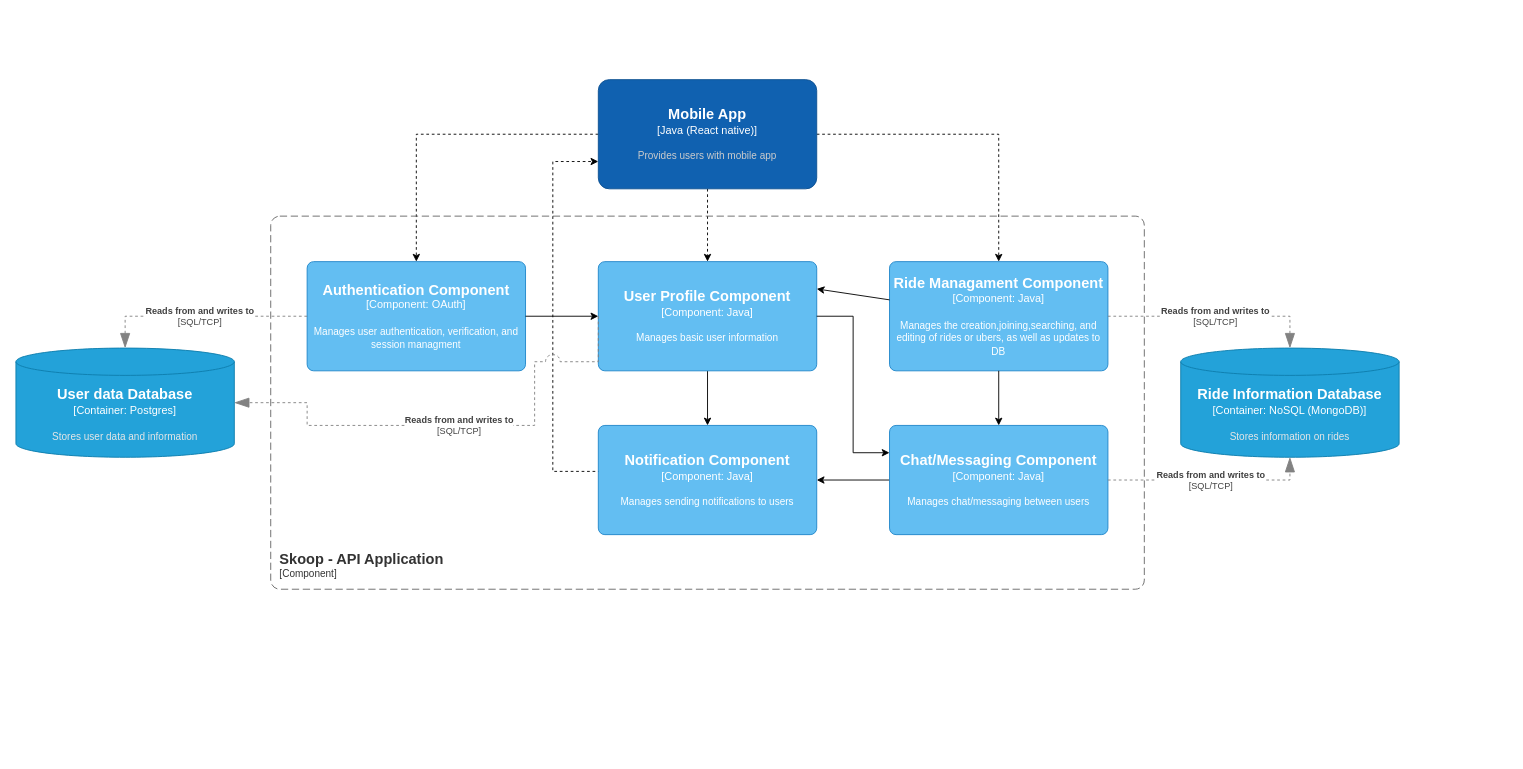
Earlier version of the draw.io diagram page "Component Diagram" (3 of 3) of com3810/diagrams/C4/skoop-system-c4-model.drawio (MichaelKupferstein/SchoolProjects). Source tidied: cells renumbered, new cells numbered last; positions are measured from the earlier drawing's top-left corner, leaving out a move shared by most shapes. Both pictures are drawn from the tidied source at 91%, with x=0, y=0 at pixel (15, 79).
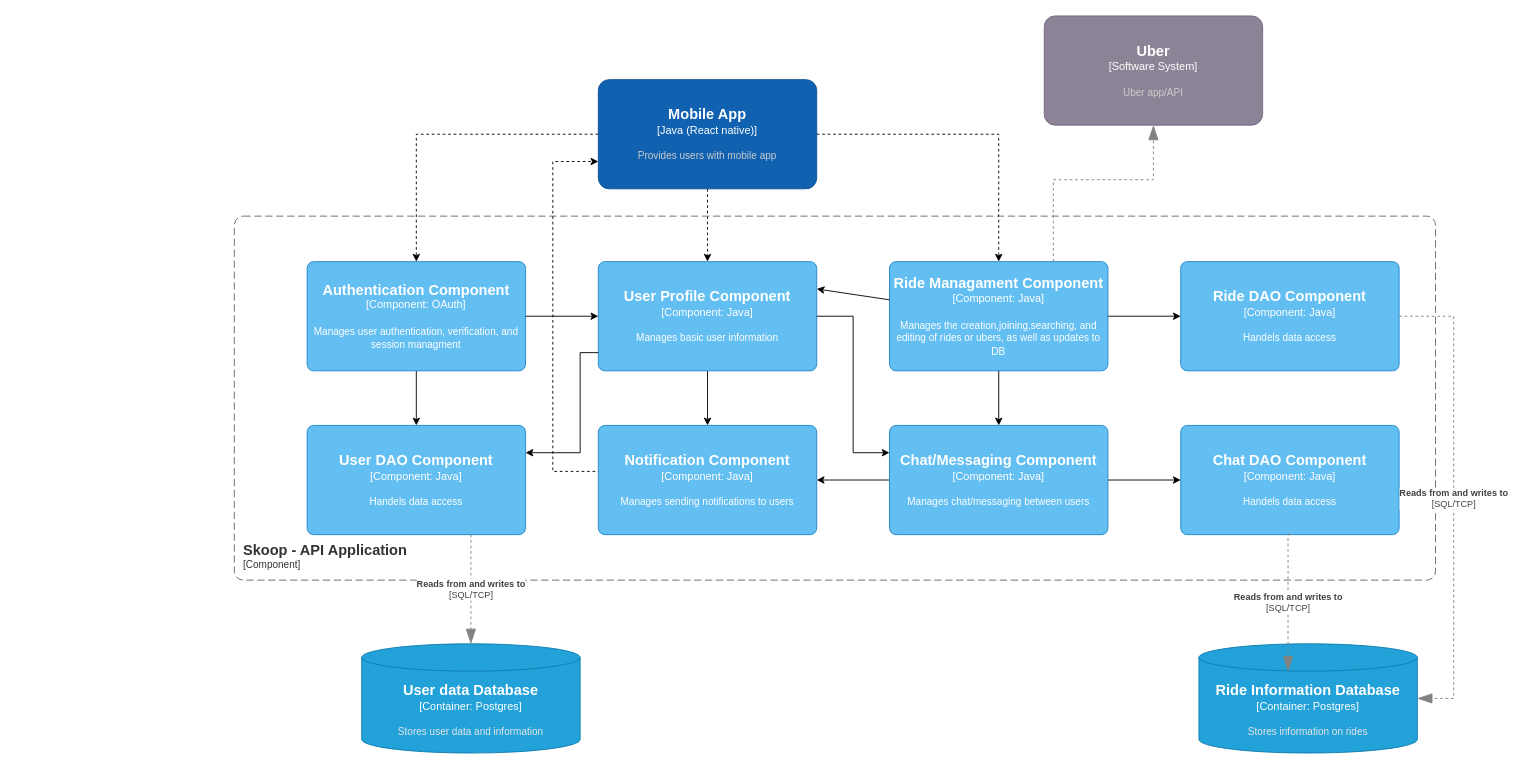
The same page after the edit.

Commit message (it also covers changes not shown here):
updated to remove mongodb reference

The change refers to these unchanged cells:
```xml
<object id="7" label="&lt;font style=&quot;font-size: 16px&quot;&gt;&lt;b&gt;%c4Name%&lt;/b&gt;&lt;/font&gt;&lt;div&gt;[%c4Type%: %c4Technology%]&lt;/div&gt;&lt;br&gt;&lt;div&gt;&lt;font style=&quot;font-size: 11px&quot;&gt;%c4Description%&lt;/font&gt;&lt;/div&gt;" c4Description="Manages user authentication, verification, and session managment" c4Name="Authentication Component" c4Technology="OAuth" c4Type="Component" placeholders="1">
  <mxCell style="rounded=1;whiteSpace=wrap;html=1;labelBackgroundColor=none;fillColor=#63BEF2;fontColor=#ffffff;align=center;arcSize=6;strokeColor=#2086C9;points=[[0.25,0,0],[0.5,0,0],[0.75,0,0],[1,0.25,0],[1,0.5,0],[1,0.75,0],[0.75,1,0],[0.5,1,0],[0.25,1,0],[0,0.75,0],[0,0.5,0],[0,0.25,0]];" parent="1" vertex="1">
    <mxGeometry x="320" y="200" width="240" height="120" as="geometry" />
  </mxCell>
</object>
<object id="9" label="&lt;font style=&quot;font-size: 16px&quot;&gt;&lt;b&gt;%c4Name%&lt;/b&gt;&lt;/font&gt;&lt;div&gt;[%c4Type%: %c4Technology%]&lt;/div&gt;&lt;br&gt;&lt;div&gt;&lt;font style=&quot;font-size: 11px&quot;&gt;%c4Description%&lt;/font&gt;&lt;/div&gt;" c4Description="Manages basic user information" c4Name="User Profile Component" c4Technology="Java" c4Type="Component" placeholders="1">
  <mxCell style="rounded=1;whiteSpace=wrap;html=1;labelBackgroundColor=none;fillColor=#63BEF2;fontColor=#ffffff;align=center;arcSize=6;strokeColor=#2086C9;points=[[0.25,0,0],[0.5,0,0],[0.75,0,0],[1,0.25,0],[1,0.5,0],[1,0.75,0],[0.75,1,0],[0.5,1,0],[0.25,1,0],[0,0.75,0],[0,0.5,0],[0,0.25,0]];" parent="1" vertex="1">
    <mxGeometry x="640" y="200" width="240" height="120" as="geometry" />
  </mxCell>
</object>
<object id="11" label="&lt;font style=&quot;font-size: 16px&quot;&gt;&lt;b&gt;%c4Name%&lt;/b&gt;&lt;/font&gt;&lt;div&gt;[%c4Type%: %c4Technology%]&lt;/div&gt;&lt;br&gt;&lt;div&gt;&lt;font style=&quot;font-size: 11px&quot;&gt;%c4Description%&lt;/font&gt;&lt;/div&gt;" c4Description="Manages the creation,joining,searching, and editing of rides or ubers, as well as updates to DB" c4Name="Ride Managament Component" c4Technology="Java" c4Type="Component" placeholders="1">
  <mxCell style="rounded=1;whiteSpace=wrap;html=1;labelBackgroundColor=none;fillColor=#63BEF2;fontColor=#ffffff;align=center;arcSize=6;strokeColor=#2086C9;points=[[0.25,0,0],[0.5,0,0],[0.75,0,0],[1,0.25,0],[1,0.5,0],[1,0.75,0],[0.75,1,0],[0.5,1,0],[0.25,1,0],[0,0.75,0],[0,0.5,0],[0,0.25,0]];" parent="1" vertex="1">
    <mxGeometry x="960" y="200" width="240" height="120" as="geometry" />
  </mxCell>
</object>
<object id="14" label="&lt;font style=&quot;font-size: 16px&quot;&gt;&lt;b&gt;%c4Name%&lt;/b&gt;&lt;/font&gt;&lt;div&gt;[%c4Type%: %c4Technology%]&lt;/div&gt;&lt;br&gt;&lt;div&gt;&lt;font style=&quot;font-size: 11px&quot;&gt;%c4Description%&lt;/font&gt;&lt;/div&gt;" c4Description="Manages chat/messaging between users" c4Name="Chat/Messaging Component" c4Technology="Java" c4Type="Component" placeholders="1">
  <mxCell style="rounded=1;whiteSpace=wrap;html=1;labelBackgroundColor=none;fillColor=#63BEF2;fontColor=#ffffff;align=center;arcSize=6;strokeColor=#2086C9;points=[[0.25,0,0],[0.5,0,0],[0.75,0,0],[1,0.25,0],[1,0.5,0],[1,0.75,0],[0.75,1,0],[0.5,1,0],[0.25,1,0],[0,0.75,0],[0,0.5,0],[0,0.25,0]];" parent="1" vertex="1">
    <mxGeometry x="960" y="380" width="240" height="120" as="geometry" />
  </mxCell>
</object>
```

Diff of the diagram source:
```diff
@@
     <object id="6" label="&lt;font style=&quot;font-size: 16px&quot;&gt;&lt;b&gt;&lt;div style=&quot;text-align: left&quot;&gt;%c4Name%&lt;/div&gt;&lt;/b&gt;&lt;/font&gt;&lt;div style=&quot;text-align: left&quot;&gt;[%c4Application%]&lt;/div&gt;" c4Application="Component" c4Name="Skoop - API Application" placeholders="1">
       <mxCell style="rounded=1;fontSize=11;whiteSpace=wrap;html=1;dashed=1;arcSize=20;fillColor=none;strokeColor=#666666;fontColor=#333333;labelBackgroundColor=none;align=left;verticalAlign=bottom;labelBorderColor=none;spacingTop=0;spacing=10;dashPattern=8 4;perimeter=rectanglePerimeter;noLabel=0;labelPadding=0;absoluteArcSize=1;" parent="1" vertex="1">
-        <mxGeometry x="280" y="150" width="960" height="410" as="geometry" />
+        <mxGeometry x="240" y="150" width="1320" height="400" as="geometry" />
       </mxCell>
     </object>
+    <mxCell id="25" style="edgeStyle=orthogonalEdgeStyle;rounded=0;jettySize=auto;html=1;" parent="1" edge="1" source="7" target="28">
+      <mxGeometry relative="1" as="geometry" />
+    </mxCell>
@@
     <object id="10" label="&lt;font style=&quot;font-size: 16px&quot;&gt;&lt;b&gt;%c4Name%&lt;/b&gt;&lt;/font&gt;&lt;div&gt;[%c4Type%:&amp;nbsp;%c4Technology%]&lt;/div&gt;&lt;br&gt;&lt;div&gt;&lt;font style=&quot;font-size: 11px&quot;&gt;&lt;font color=&quot;#E6E6E6&quot;&gt;%c4Description%&lt;/font&gt;&lt;/div&gt;" c4Description="Stores user data and information" c4Name="User data Database" c4Technology="Postgres" c4Type="Container" placeholders="1">
       <mxCell style="shape=cylinder3;size=15;whiteSpace=wrap;html=1;boundedLbl=1;rounded=0;labelBackgroundColor=none;fillColor=#23A2D9;fontSize=12;fontColor=#ffffff;align=center;strokeColor=#0E7DAD;points=[[0.5,0,0],[1,0.25,0],[1,0.5,0],[1,0.75,0],[0.5,1,0],[0,0.75,0],[0,0.5,0],[0,0.25,0]];" parent="1" vertex="1">
-        <mxGeometry y="295" width="240" height="120" as="geometry" />
+        <mxGeometry x="380" y="620" width="240" height="120" as="geometry" />
       </mxCell>
     </object>
+    <mxCell id="26" style="edgeStyle=orthogonalEdgeStyle;rounded=0;jettySize=auto;html=1;" parent="1" edge="1" source="11" target="31">
+      <mxGeometry relative="1" as="geometry" />
+    </mxCell>
@@
-    <object id="12" label="&lt;font style=&quot;font-size: 16px&quot;&gt;&lt;b&gt;%c4Name%&lt;/b&gt;&lt;/font&gt;&lt;div&gt;[%c4Type%:&amp;nbsp;%c4Technology%]&lt;/div&gt;&lt;br&gt;&lt;div&gt;&lt;font style=&quot;font-size: 11px&quot;&gt;&lt;font color=&quot;#E6E6E6&quot;&gt;%c4Description%&lt;/font&gt;&lt;/div&gt;" c4Description="Stores information on rides" c4Name="Ride Information Database" c4Technology="NoSQL (MongoDB)" c4Type="Container" placeholders="1">
+    <object id="12" label="&lt;font style=&quot;font-size: 16px&quot;&gt;&lt;b&gt;%c4Name%&lt;/b&gt;&lt;/font&gt;&lt;div&gt;[%c4Type%:&amp;nbsp;%c4Technology%]&lt;/div&gt;&lt;br&gt;&lt;div&gt;&lt;font style=&quot;font-size: 11px&quot;&gt;&lt;font color=&quot;#E6E6E6&quot;&gt;%c4Description%&lt;/font&gt;&lt;/div&gt;" c4Description="Stores information on rides" c4Name="Ride Information Database" c4Technology="Postgres" c4Type="Container" placeholders="1">
       <mxCell style="shape=cylinder3;size=15;whiteSpace=wrap;html=1;boundedLbl=1;rounded=0;labelBackgroundColor=none;fillColor=#23A2D9;fontSize=12;fontColor=#ffffff;align=center;strokeColor=#0E7DAD;points=[[0.5,0,0],[1,0.25,0],[1,0.5,0],[1,0.75,0],[0.5,1,0],[0,0.75,0],[0,0.5,0],[0,0.25,0]];" parent="1" vertex="1">
-        <mxGeometry x="1280" y="295" width="240" height="120" as="geometry" />
+        <mxGeometry x="1300" y="620" width="240" height="120" as="geometry" />
       </mxCell>
     </object>
@@
+    <mxCell id="27" style="edgeStyle=orthogonalEdgeStyle;rounded=0;jettySize=auto;html=1;" parent="1" edge="1" source="14" target="32">
+      <mxGeometry relative="1" as="geometry" />
+    </mxCell>
@@
-    <object id="17" label="&lt;div style=&quot;text-align: left&quot;&gt;&lt;div style=&quot;text-align: center&quot;&gt;&lt;b&gt;%c4Description%&lt;/b&gt;&lt;/div&gt;&lt;div style=&quot;text-align: center&quot;&gt;[%c4Technology%]&lt;/div&gt;&lt;/div&gt;" c4Description="Reads from and writes to" c4Technology="SQL/TCP" placeholders="1">
-      <mxCell style="endArrow=blockThin;html=1;fontSize=10;fontColor=#404040;strokeWidth=1;endFill=1;strokeColor=#828282;elbow=vertical;endSize=14;startSize=14;jumpStyle=arc;jumpSize=16;rounded=0;edgeStyle=orthogonalEdgeStyle;dashed=1;exitX=1;exitY=0.5;exitDx=0;exitDy=0;exitPerimeter=0;entryX=0.5;entryY=1;entryDx=0;entryDy=0;entryPerimeter=0;" parent="1" edge="1" source="14" target="12">
-        <mxGeometry relative="1" as="geometry" />
-      </mxCell>
-    </object>
-    <object id="18" label="&lt;div style=&quot;text-align: left&quot;&gt;&lt;div style=&quot;text-align: center&quot;&gt;&lt;b&gt;%c4Description%&lt;/b&gt;&lt;/div&gt;&lt;div style=&quot;text-align: center&quot;&gt;[%c4Technology%]&lt;/div&gt;&lt;/div&gt;" c4Description="Reads from and writes to" c4Technology="SQL/TCP" placeholders="1">
-      <mxCell style="endArrow=blockThin;html=1;fontSize=10;fontColor=#404040;strokeWidth=1;endFill=1;strokeColor=#828282;elbow=vertical;endSize=14;startSize=14;jumpStyle=arc;jumpSize=16;rounded=0;edgeStyle=orthogonalEdgeStyle;dashed=1;exitX=1;exitY=0.5;exitDx=0;exitDy=0;exitPerimeter=0;entryX=0.5;entryY=0;entryDx=0;entryDy=0;entryPerimeter=0;" parent="1" edge="1" source="11" target="12">
-        <mxGeometry relative="1" as="geometry" />
-      </mxCell>
-    </object>
-    <object id="19" label="&lt;div style=&quot;text-align: left&quot;&gt;&lt;div style=&quot;text-align: center&quot;&gt;&lt;b&gt;%c4Description%&lt;/b&gt;&lt;/div&gt;&lt;div style=&quot;text-align: center&quot;&gt;[%c4Technology%]&lt;/div&gt;&lt;/div&gt;" c4Description="Reads from and writes to" c4Technology="SQL/TCP" placeholders="1">
-      <mxCell style="endArrow=blockThin;html=1;fontSize=10;fontColor=#404040;strokeWidth=1;endFill=1;strokeColor=#828282;elbow=vertical;endSize=14;startSize=14;jumpStyle=arc;jumpSize=16;rounded=0;edgeStyle=orthogonalEdgeStyle;dashed=1;exitX=0;exitY=0.5;exitDx=0;exitDy=0;exitPerimeter=0;entryX=0.5;entryY=0;entryDx=0;entryDy=0;entryPerimeter=0;" parent="1" edge="1" source="7" target="10">
-        <mxGeometry relative="1" as="geometry" />
-      </mxCell>
-    </object>
-    <object id="20" label="&lt;div style=&quot;text-align: left&quot;&gt;&lt;div style=&quot;text-align: center&quot;&gt;&lt;b&gt;%c4Description%&lt;/b&gt;&lt;/div&gt;&lt;div style=&quot;text-align: center&quot;&gt;[%c4Technology%]&lt;/div&gt;&lt;/div&gt;" c4Description="Reads from and writes to" c4Technology="SQL/TCP" placeholders="1">
-      <mxCell style="endArrow=blockThin;html=1;fontSize=10;fontColor=#404040;strokeWidth=1;endFill=1;strokeColor=#828282;elbow=vertical;endSize=14;startSize=14;jumpStyle=arc;jumpSize=16;rounded=0;edgeStyle=orthogonalEdgeStyle;dashed=1;exitX=0;exitY=0.5;exitDx=0;exitDy=0;exitPerimeter=0;entryX=1;entryY=0.5;entryDx=0;entryDy=0;entryPerimeter=0;" parent="1" edge="1" source="9" target="10">
-        <mxGeometry relative="1" as="geometry">
-          <Array as="points">
-            <mxPoint x="640" y="310" />
-            <mxPoint x="570" y="310" />
-            <mxPoint x="570" y="380" />
-            <mxPoint x="320" y="380" />
-            <mxPoint x="320" y="355" />
-          </Array>
-        </mxGeometry>
-      </mxCell>
-    </object>
@@
+    <object id="28" label="&lt;font style=&quot;font-size: 16px&quot;&gt;&lt;b&gt;%c4Name%&lt;/b&gt;&lt;/font&gt;&lt;div&gt;[%c4Type%: %c4Technology%]&lt;/div&gt;&lt;br&gt;&lt;div&gt;&lt;font style=&quot;font-size: 11px&quot;&gt;%c4Description%&lt;/font&gt;&lt;/div&gt;" c4Description="Handels data access" c4Name="User DAO Component" c4Technology="Java" c4Type="Component" placeholders="1">
+      <mxCell style="rounded=1;whiteSpace=wrap;html=1;labelBackgroundColor=none;fillColor=#63BEF2;fontColor=#ffffff;align=center;arcSize=6;strokeColor=#2086C9;points=[[0.25,0,0],[0.5,0,0],[0.75,0,0],[1,0.25,0],[1,0.5,0],[1,0.75,0],[0.75,1,0],[0.5,1,0],[0.25,1,0],[0,0.75,0],[0,0.5,0],[0,0.25,0]];" parent="1" vertex="1">
+        <mxGeometry x="320" y="380" width="240" height="120" as="geometry" />
+      </mxCell>
+    </object>
+    <mxCell id="29" style="edgeStyle=orthogonalEdgeStyle;rounded=0;jettySize=auto;html=1;entryX=1;entryY=0.25;entryDx=0;entryDy=0;entryPerimeter=0;" parent="1" edge="1" source="9" target="28">
+      <mxGeometry relative="1" as="geometry">
+        <Array as="points">
+          <mxPoint x="620" y="300" />
+          <mxPoint x="620" y="410" />
+        </Array>
+      </mxGeometry>
+    </mxCell>
+    <object id="30" label="&lt;div style=&quot;text-align: left&quot;&gt;&lt;div style=&quot;text-align: center&quot;&gt;&lt;b&gt;%c4Description%&lt;/b&gt;&lt;/div&gt;&lt;div style=&quot;text-align: center&quot;&gt;[%c4Technology%]&lt;/div&gt;&lt;/div&gt;" c4Description="Reads from and writes to" c4Technology="SQL/TCP" placeholders="1">
+      <mxCell style="endArrow=blockThin;html=1;fontSize=10;fontColor=#404040;strokeWidth=1;endFill=1;strokeColor=#828282;elbow=vertical;endSize=14;startSize=14;jumpStyle=arc;jumpSize=16;rounded=0;edgeStyle=orthogonalEdgeStyle;dashed=1;exitX=0.75;exitY=1;exitDx=0;exitDy=0;exitPerimeter=0;entryX=0.5;entryY=0;entryDx=0;entryDy=0;entryPerimeter=0;" parent="1" edge="1" source="28" target="10">
+        <mxGeometry relative="1" as="geometry">
+          <Array as="points">
+            <mxPoint x="500" y="540" />
+            <mxPoint x="500" y="540" />
+          </Array>
+        </mxGeometry>
+      </mxCell>
+    </object>
+    <object id="31" label="&lt;font style=&quot;font-size: 16px&quot;&gt;&lt;b&gt;%c4Name%&lt;/b&gt;&lt;/font&gt;&lt;div&gt;[%c4Type%: %c4Technology%]&lt;/div&gt;&lt;br&gt;&lt;div&gt;&lt;font style=&quot;font-size: 11px&quot;&gt;%c4Description%&lt;/font&gt;&lt;/div&gt;" c4Description="Handels data access" c4Name="Ride DAO Component" c4Technology="Java" c4Type="Component" placeholders="1">
+      <mxCell style="rounded=1;whiteSpace=wrap;html=1;labelBackgroundColor=none;fillColor=#63BEF2;fontColor=#ffffff;align=center;arcSize=6;strokeColor=#2086C9;points=[[0.25,0,0],[0.5,0,0],[0.75,0,0],[1,0.25,0],[1,0.5,0],[1,0.75,0],[0.75,1,0],[0.5,1,0],[0.25,1,0],[0,0.75,0],[0,0.5,0],[0,0.25,0]];" parent="1" vertex="1">
+        <mxGeometry x="1280" y="200" width="240" height="120" as="geometry" />
+      </mxCell>
+    </object>
+    <object id="32" label="&lt;font style=&quot;font-size: 16px&quot;&gt;&lt;b&gt;%c4Name%&lt;/b&gt;&lt;/font&gt;&lt;div&gt;[%c4Type%: %c4Technology%]&lt;/div&gt;&lt;br&gt;&lt;div&gt;&lt;font style=&quot;font-size: 11px&quot;&gt;%c4Description%&lt;/font&gt;&lt;/div&gt;" c4Description="Handels data access" c4Name="Chat DAO Component" c4Technology="Java" c4Type="Component" placeholders="1">
+      <mxCell style="rounded=1;whiteSpace=wrap;html=1;labelBackgroundColor=none;fillColor=#63BEF2;fontColor=#ffffff;align=center;arcSize=6;strokeColor=#2086C9;points=[[0.25,0,0],[0.5,0,0],[0.75,0,0],[1,0.25,0],[1,0.5,0],[1,0.75,0],[0.75,1,0],[0.5,1,0],[0.25,1,0],[0,0.75,0],[0,0.5,0],[0,0.25,0]];" parent="1" vertex="1">
+        <mxGeometry x="1280" y="380" width="240" height="120" as="geometry" />
+      </mxCell>
+    </object>
+    <object id="33" label="&lt;div style=&quot;text-align: left&quot;&gt;&lt;div style=&quot;text-align: center&quot;&gt;&lt;b&gt;%c4Description%&lt;/b&gt;&lt;/div&gt;&lt;div style=&quot;text-align: center&quot;&gt;[%c4Technology%]&lt;/div&gt;&lt;/div&gt;" c4Description="Reads from and writes to" c4Technology="SQL/TCP" placeholders="1">
+      <mxCell style="endArrow=blockThin;html=1;fontSize=10;fontColor=#404040;strokeWidth=1;endFill=1;strokeColor=#828282;elbow=vertical;endSize=14;startSize=14;jumpStyle=arc;jumpSize=16;rounded=0;edgeStyle=orthogonalEdgeStyle;dashed=1;exitX=0.5;exitY=1;exitDx=0;exitDy=0;exitPerimeter=0;entryX=0.408;entryY=0.251;entryDx=0;entryDy=0;entryPerimeter=0;" parent="1" edge="1" source="32" target="12">
+        <mxGeometry relative="1" as="geometry">
+          <Array as="points">
+            <mxPoint x="1398" y="500" />
+          </Array>
+        </mxGeometry>
+      </mxCell>
+    </object>
+    <object id="34" label="&lt;div style=&quot;text-align: left&quot;&gt;&lt;div style=&quot;text-align: center&quot;&gt;&lt;b&gt;%c4Description%&lt;/b&gt;&lt;/div&gt;&lt;div style=&quot;text-align: center&quot;&gt;[%c4Technology%]&lt;/div&gt;&lt;/div&gt;" c4Description="Reads from and writes to" c4Technology="SQL/TCP" placeholders="1">
+      <mxCell style="endArrow=blockThin;html=1;fontSize=10;fontColor=#404040;strokeWidth=1;endFill=1;strokeColor=#828282;elbow=vertical;endSize=14;startSize=14;jumpStyle=arc;jumpSize=16;rounded=0;edgeStyle=orthogonalEdgeStyle;dashed=1;exitX=1;exitY=0.5;exitDx=0;exitDy=0;exitPerimeter=0;entryX=1;entryY=0.5;entryDx=0;entryDy=0;entryPerimeter=0;" parent="1" edge="1" source="31" target="12">
+        <mxGeometry relative="1" as="geometry">
+          <Array as="points">
+            <mxPoint x="1580" y="260" />
+            <mxPoint x="1580" y="680" />
+          </Array>
+        </mxGeometry>
+      </mxCell>
+    </object>
+    <object id="35" label="&lt;font style=&quot;font-size: 16px&quot;&gt;&lt;b&gt;%c4Name%&lt;/b&gt;&lt;/font&gt;&lt;div&gt;[%c4Type%]&lt;/div&gt;&lt;br&gt;&lt;div&gt;&lt;font style=&quot;font-size: 11px&quot;&gt;&lt;font color=&quot;#cccccc&quot;&gt;%c4Description%&lt;/font&gt;&lt;/div&gt;" c4Description="Uber app/API" c4Name="Uber" c4Type="Software System" placeholders="1">
+      <mxCell style="rounded=1;whiteSpace=wrap;html=1;labelBackgroundColor=none;fillColor=#8C8496;fontColor=#ffffff;align=center;arcSize=10;strokeColor=#736782;points=[[0.25,0,0],[0.5,0,0],[0.75,0,0],[1,0.25,0],[1,0.5,0],[1,0.75,0],[0.75,1,0],[0.5,1,0],[0.25,1,0],[0,0.75,0],[0,0.5,0],[0,0.25,0]];" parent="1" vertex="1">
+        <mxGeometry x="1130" y="-70" width="240" height="120" as="geometry" />
+      </mxCell>
+    </object>
+    <mxCell id="36" style="endArrow=blockThin;html=1;fontSize=10;fontColor=#404040;strokeWidth=1;endFill=1;strokeColor=#828282;elbow=vertical;endSize=14;startSize=14;jumpStyle=arc;jumpSize=16;rounded=0;edgeStyle=orthogonalEdgeStyle;exitX=0.75;exitY=0;exitDx=0;exitDy=0;exitPerimeter=0;entryX=0.5;entryY=1;entryDx=0;entryDy=0;entryPerimeter=0;dashed=1;" parent="1" edge="1" source="11" target="35">
+      <mxGeometry relative="1" as="geometry">
+        <Array as="points">
+          <mxPoint x="1140" y="110" />
+          <mxPoint x="1250" y="110" />
+        </Array>
+      </mxGeometry>
+    </mxCell>
```
